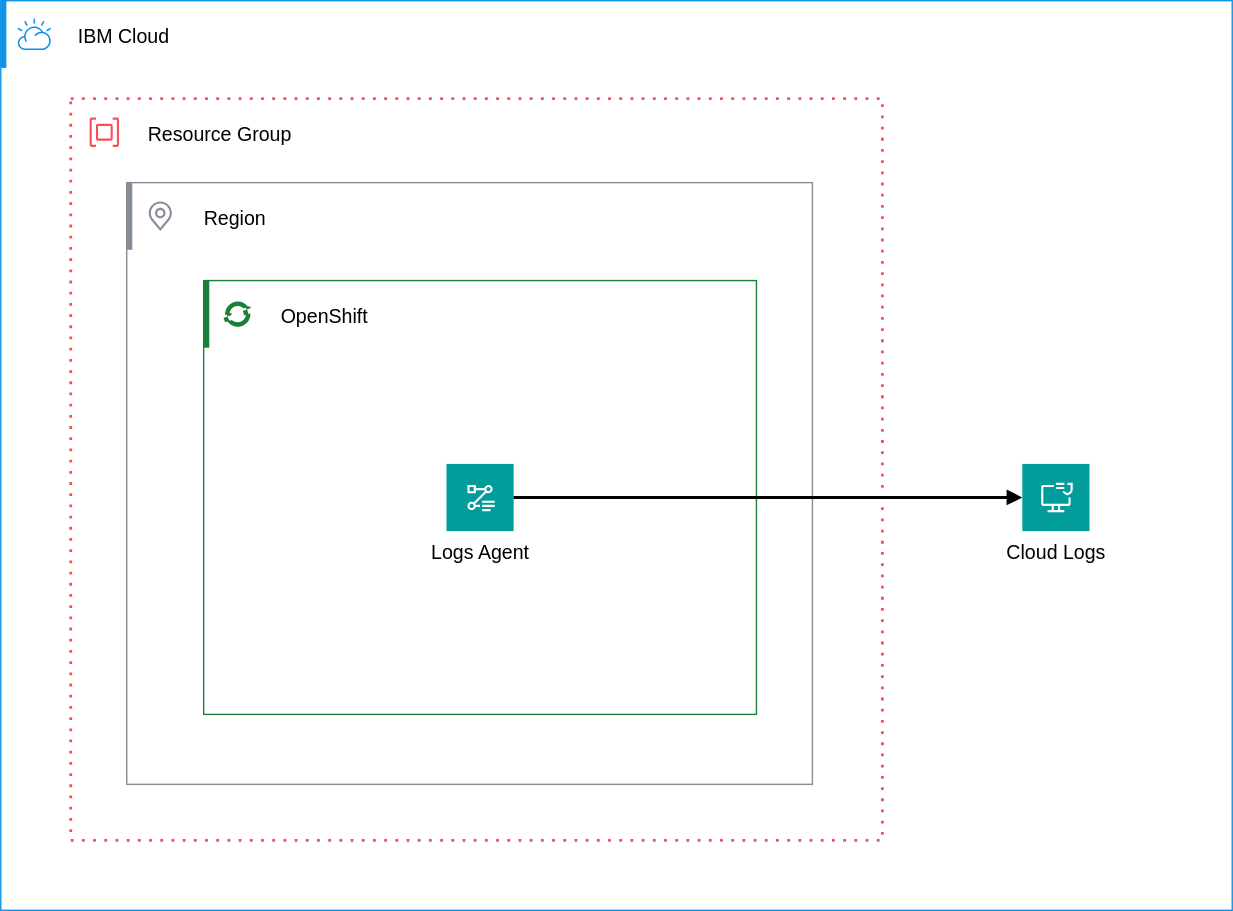
terraform-ibm-modules/terraform-ibm-logs-agent keeps this draw.io diagram as reference-architecture/deployable-architecture-logs-agent.svg. Above is the earlier version. Source tidied: cells renumbered, new cells last; positions are measured from the earlier drawing's top-left corner, leaving out a move shared by most shapes. Source of this version:
```xml
<mxGraphModel background="#FFFFFF">
  <root>
    <mxCell id="0" />
    <mxCell id="1" parent="0" />
    <mxCell id="2" style="html=1;whiteSpace=wrap;strokeColor=#878D96;fillColor=none;strokeWidth=1;" parent="1" vertex="1">
      <mxGeometry x="90" y="130" width="490" height="430" as="geometry" />
    </mxCell>
    <mxCell id="3" value="Region" style="shape=rect;fillColor=none;labelPosition=right;verticalLabelPosition=middle;align=left;verticalAlign=middle;strokeColor=none;spacingLeft=5;fontSize=14;" parent="2" vertex="1">
      <mxGeometry width="48" height="48" relative="1" as="geometry" />
    </mxCell>
    <mxCell id="4" style="fillColor=#878D96;shape=mxgraph.ibm_cloud.location;strokeColor=none;dashed=0;html=1;labelPosition=center;verticalLabelPosition=bottom;verticalAlign=top;" parent="3" vertex="1">
      <mxGeometry width="24" height="24" relative="1" as="geometry">
        <mxPoint x="12" y="12" as="offset" />
      </mxGeometry>
    </mxCell>
    <mxCell id="5" style="shape=rect;fillColor=#878D96;labelPosition=right;verticalLabelPosition=middle;align=left;verticalAlign=middle;strokeColor=none;spacingLeft=5;fontSize=14;" parent="2" vertex="1">
      <mxGeometry width="4" height="48" relative="1" as="geometry" />
    </mxCell>
    <mxCell id="6" style="edgeStyle=orthogonalEdgeStyle;rounded=0;orthogonalLoop=1;jettySize=auto;html=1;exitX=0.5;exitY=1;exitDx=0;exitDy=0;" parent="1" edge="1">
      <mxGeometry relative="1" as="geometry">
        <mxPoint x="170" y="160" as="sourcePoint" />
        <mxPoint x="170" y="160" as="targetPoint" />
      </mxGeometry>
    </mxCell>
    <mxCell id="7" style="html=1;whiteSpace=wrap;strokeColor=#1192E8;fillColor=none;strokeWidth=1;" parent="1" vertex="1">
      <mxGeometry width="880" height="650" as="geometry" />
    </mxCell>
    <mxCell id="8" value="IBM Cloud" style="shape=rect;fillColor=none;labelPosition=right;verticalLabelPosition=middle;align=left;verticalAlign=middle;strokeColor=none;spacingLeft=5;fontSize=14;" parent="7" vertex="1">
      <mxGeometry width="48" height="48" relative="1" as="geometry" />
    </mxCell>
    <mxCell id="9" style="fillColor=#1192E8;shape=mxgraph.ibm_cloud.ibm-cloud;strokeColor=none;dashed=0;html=1;labelPosition=center;verticalLabelPosition=bottom;verticalAlign=top;" parent="8" vertex="1">
      <mxGeometry width="24" height="24" relative="1" as="geometry">
        <mxPoint x="12" y="12" as="offset" />
      </mxGeometry>
    </mxCell>
    <mxCell id="10" style="shape=rect;fillColor=#1192E8;labelPosition=right;verticalLabelPosition=middle;align=left;verticalAlign=middle;strokeColor=none;spacingLeft=5;fontSize=14;" parent="7" vertex="1">
      <mxGeometry width="4" height="48" relative="1" as="geometry" />
    </mxCell>
    <mxCell id="11" style="html=1;whiteSpace=wrap;strokeColor=#FA4D56;fillColor=none;dashed=1;dashPattern=1 3;strokeWidth=2;" parent="7" vertex="1">
      <mxGeometry x="50" y="70" width="580" height="530" as="geometry" />
    </mxCell>
    <mxCell id="12" value="Resource Group" style="shape=rect;fillColor=none;labelPosition=right;verticalLabelPosition=middle;align=left;verticalAlign=middle;strokeColor=none;spacingLeft=5;fontSize=14;" parent="11" vertex="1">
      <mxGeometry width="48" height="48" relative="1" as="geometry" />
    </mxCell>
    <mxCell id="13" style="fillColor=#FA4D56;shape=mxgraph.ibm_cloud.group--resource;strokeColor=none;dashed=0;html=1;labelPosition=center;verticalLabelPosition=bottom;verticalAlign=top;" parent="12" vertex="1">
      <mxGeometry width="24" height="24" relative="1" as="geometry">
        <mxPoint x="12" y="12" as="offset" />
      </mxGeometry>
    </mxCell>
    <mxCell id="14" style="html=1;whiteSpace=wrap;strokeColor=#198038;fillColor=none;strokeWidth=1;" parent="11" vertex="1">
      <mxGeometry x="95" y="130" width="395" height="310" as="geometry" />
    </mxCell>
    <mxCell id="15" value="OpenShift" style="shape=rect;fillColor=none;labelPosition=right;verticalLabelPosition=middle;align=left;verticalAlign=middle;strokeColor=none;spacingLeft=5;fontSize=14;" parent="14" vertex="1">
      <mxGeometry width="48" height="48" relative="1" as="geometry" />
    </mxCell>
    <mxCell id="16" style="fillColor=#198038;shape=mxgraph.ibm_cloud.logo--openshift;strokeColor=none;dashed=0;html=1;labelPosition=center;verticalLabelPosition=bottom;verticalAlign=top;" parent="15" vertex="1">
      <mxGeometry width="24" height="24" relative="1" as="geometry">
        <mxPoint x="12" y="12" as="offset" />
      </mxGeometry>
    </mxCell>
    <mxCell id="17" style="shape=rect;fillColor=#198038;labelPosition=right;verticalLabelPosition=middle;align=left;verticalAlign=middle;strokeColor=none;spacingLeft=5;fontSize=14;" parent="14" vertex="1">
      <mxGeometry width="4" height="48" relative="1" as="geometry" />
    </mxCell>
    <mxCell id="18" value="Logs Agent" style="shape=rect;fillColor=#009D9A;labelPosition=center;verticalLabelPosition=bottom;align=center;verticalAlign=top;strokeColor=none;fontSize=14;" parent="14" vertex="1">
      <mxGeometry x="173.5" y="131" width="48" height="48" as="geometry" />
    </mxCell>
    <mxCell id="19" style="fillColor=#ffffff;strokeColor=none;dashed=0;html=1;labelPosition=center;verticalLabelPosition=bottom;verticalAlign=top;shape=mxgraph.ibm_cloud.flow-logs-vpc;" parent="18" vertex="1">
      <mxGeometry width="24" height="24" relative="1" as="geometry">
        <mxPoint x="12" y="12" as="offset" />
      </mxGeometry>
    </mxCell>
    <mxCell id="20" value="Cloud Logs" style="shape=rect;fillColor=#009D9A;labelPosition=center;verticalLabelPosition=bottom;align=center;verticalAlign=top;strokeColor=none;fontSize=14;" parent="7" vertex="1">
      <mxGeometry x="730" y="331" width="48" height="48" as="geometry" />
    </mxCell>
    <mxCell id="21" style="fillColor=#ffffff;strokeColor=none;dashed=0;html=1;labelPosition=center;verticalLabelPosition=bottom;verticalAlign=top;shape=mxgraph.ibm_cloud.ibm-cloud--logging;" parent="20" vertex="1">
      <mxGeometry width="24" height="24" relative="1" as="geometry">
        <mxPoint x="12" y="12" as="offset" />
      </mxGeometry>
    </mxCell>
    <mxCell id="22" style="html=1;labelBackgroundColor=#ffffff;jettySize=auto;fontSize=14;rounded=0;jumpStyle=gap;edgeStyle=orthogonalEdgeStyle;startArrow=none;endArrow=block;strokeWidth=2;endFill=1;entryX=0;entryY=0.5;entryDx=0;entryDy=0;exitX=1;exitY=0.5;exitDx=0;exitDy=0;" parent="7" edge="1" source="18" target="20">
      <mxGeometry relative="1" as="geometry" />
    </mxCell>
  </root>
</mxGraphModel>
```
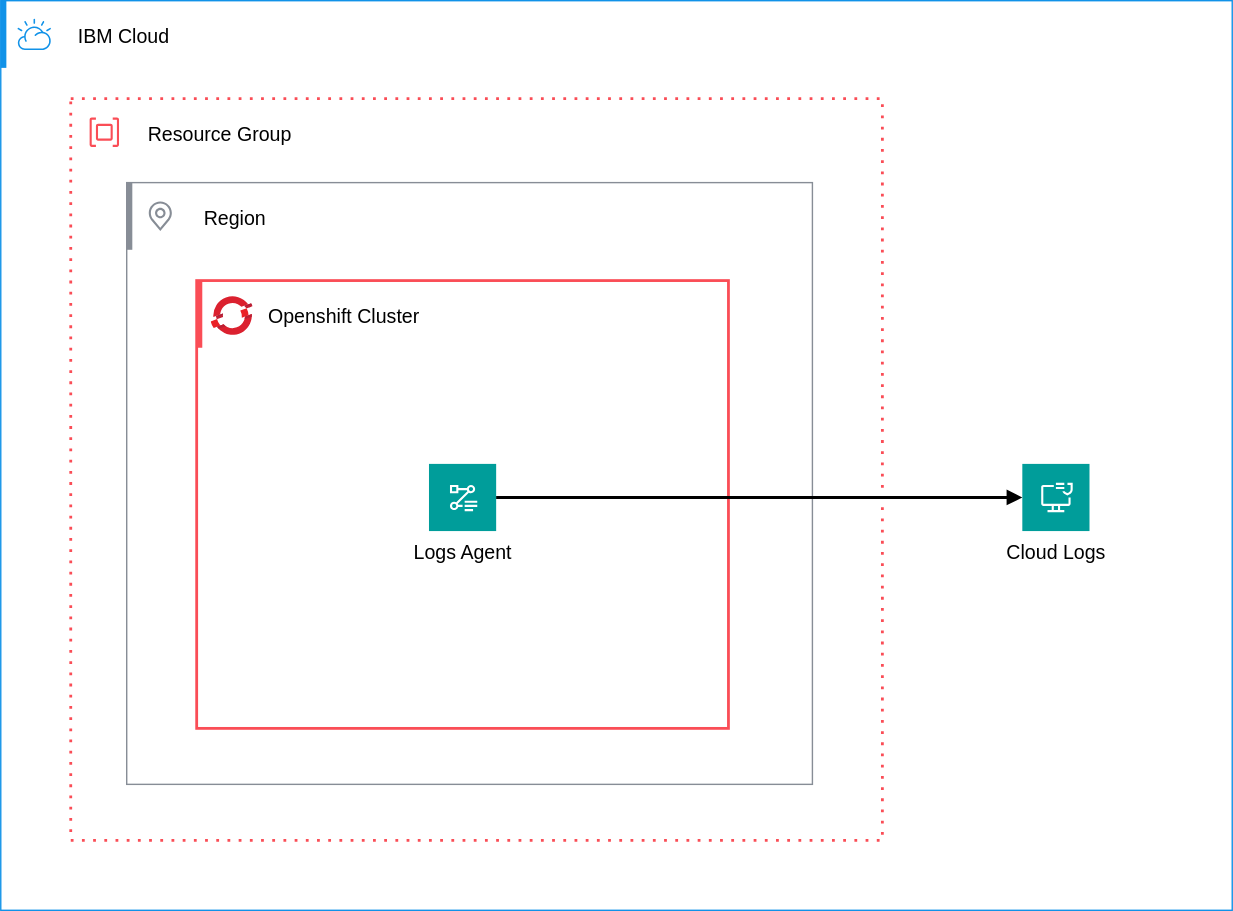
The same file after the commit.

The edit, as a diff of the source:
```diff
@@ -47,22 +47,20 @@
         <mxPoint x="12" y="12" as="offset" />
       </mxGeometry>
     </mxCell>
-    <mxCell id="14" style="html=1;whiteSpace=wrap;strokeColor=#198038;fillColor=none;strokeWidth=1;" parent="11" vertex="1">
-      <mxGeometry x="95" y="130" width="395" height="310" as="geometry" />
-    </mxCell>
-    <mxCell id="15" value="OpenShift" style="shape=rect;fillColor=none;labelPosition=right;verticalLabelPosition=middle;align=left;verticalAlign=middle;strokeColor=none;spacingLeft=5;fontSize=14;" parent="14" vertex="1">
-      <mxGeometry width="48" height="48" relative="1" as="geometry" />
-    </mxCell>
-    <mxCell id="16" style="fillColor=#198038;shape=mxgraph.ibm_cloud.logo--openshift;strokeColor=none;dashed=0;html=1;labelPosition=center;verticalLabelPosition=bottom;verticalAlign=top;" parent="15" vertex="1">
-      <mxGeometry width="24" height="24" relative="1" as="geometry">
-        <mxPoint x="12" y="12" as="offset" />
-      </mxGeometry>
-    </mxCell>
-    <mxCell id="17" style="shape=rect;fillColor=#198038;labelPosition=right;verticalLabelPosition=middle;align=left;verticalAlign=middle;strokeColor=none;spacingLeft=5;fontSize=14;" parent="14" vertex="1">
-      <mxGeometry width="4" height="48" relative="1" as="geometry" />
-    </mxCell>
+    <mxCell id="23" style="html=1;whiteSpace=wrap;strokeColor=#FA4D56;fillColor=none;strokeWidth=2;" parent="11" vertex="1">
+      <mxGeometry x="90" y="130" width="380" height="320" as="geometry" />
+    </mxCell>
+    <mxCell id="24" style="shape=rect;fillColor=#FA4D56;labelPosition=right;verticalLabelPosition=middle;align=left;verticalAlign=middle;strokeColor=none;spacingLeft=5;fontSize=14;" parent="23" vertex="1">
+      <mxGeometry width="4" height="48" relative="1" as="geometry" />
+    </mxCell>
+    <mxCell id="25" style="image;html=1;align=center;fontSize=12;image=img/lib/azure2/containers/Azure_Red_Hat_OpenShift.svg;" parent="23" vertex="1">
+      <mxGeometry x="10" y="10" width="30" height="30" as="geometry" />
+    </mxCell>
+    <mxCell id="26" value="Openshift Cluster" style="text;strokeColor=none;align=center;fillColor=none;html=1;verticalAlign=middle;whiteSpace=wrap;rounded=0;fontSize=14;" parent="23" vertex="1">
+      <mxGeometry x="40" y="10" width="130" height="30" as="geometry" />
+    </mxCell>
-    <mxCell id="18" value="Logs Agent" style="shape=rect;fillColor=#009D9A;labelPosition=center;verticalLabelPosition=bottom;align=center;verticalAlign=top;strokeColor=none;fontSize=14;" parent="14" vertex="1">
-      <mxGeometry x="173.5" y="131" width="48" height="48" as="geometry" />
+    <mxCell id="18" value="Logs Agent" style="shape=rect;fillColor=#009D9A;labelPosition=center;verticalLabelPosition=bottom;align=center;verticalAlign=top;strokeColor=none;fontSize=14;" parent="23" vertex="1">
+      <mxGeometry x="166" y="131" width="48" height="48" as="geometry" />
     </mxCell>
     <mxCell id="19" style="fillColor=#ffffff;strokeColor=none;dashed=0;html=1;labelPosition=center;verticalLabelPosition=bottom;verticalAlign=top;shape=mxgraph.ibm_cloud.flow-logs-vpc;" parent="18" vertex="1">
       <mxGeometry width="24" height="24" relative="1" as="geometry">
```
